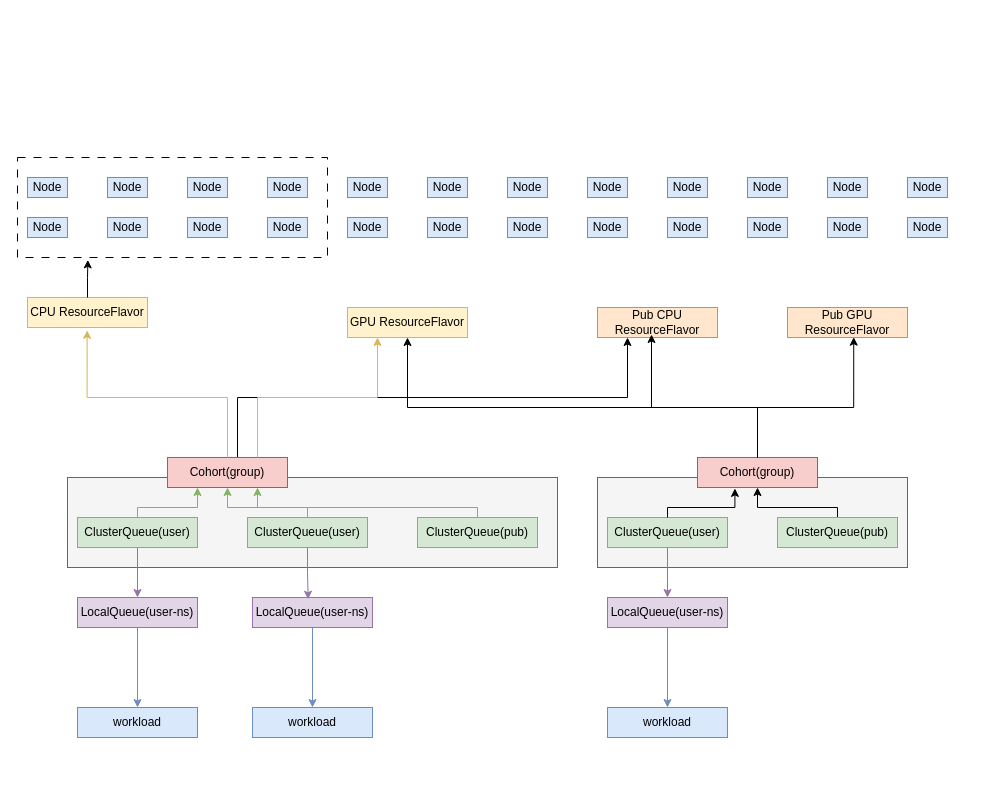
The draw.io diagram zs/kueue.drawio in arlottang/tdh_bit, before the edit. Source tidied: cells renumbered, new cells numbered last; positions are measured from the earlier drawing's top-left corner, leaving out a move shared by most shapes. Both pictures are drawn from the tidied source at 100%, with x=0, y=0 at pixel (17, 157).
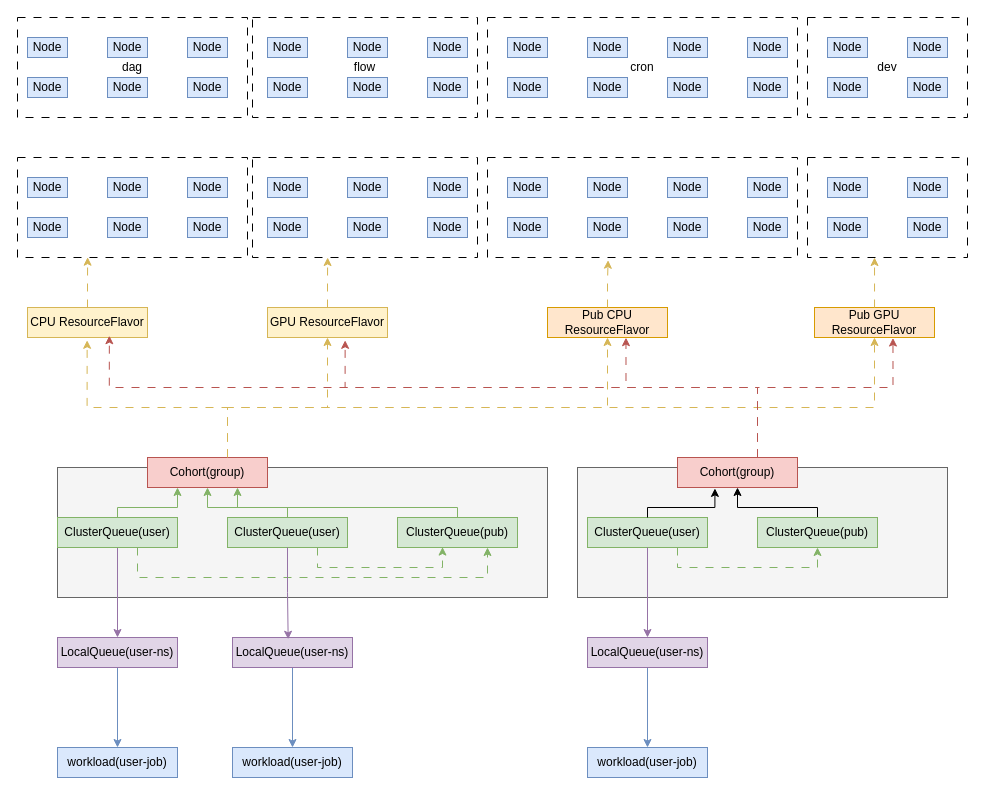
Above is the later version.

What changed in the source:
```diff
@@
+    <mxCell id="64" style="rounded=0;whiteSpace=wrap;html=1;dashed=1;dashPattern=8 8;" parent="1" vertex="1">
+      <mxGeometry x="790" width="160" height="100" as="geometry" />
+    </mxCell>
+    <mxCell id="65" style="rounded=0;whiteSpace=wrap;html=1;dashed=1;dashPattern=8 8;" parent="1" vertex="1">
+      <mxGeometry x="470" width="310" height="100" as="geometry" />
+    </mxCell>
+    <mxCell id="66" style="rounded=0;whiteSpace=wrap;html=1;dashed=1;dashPattern=8 8;" parent="1" vertex="1">
+      <mxGeometry x="235" width="225" height="100" as="geometry" />
+    </mxCell>
     <mxCell id="2" style="rounded=0;whiteSpace=wrap;html=1;dashed=1;dashPattern=8 8;" parent="1" vertex="1">
-      <mxGeometry width="310" height="100" as="geometry" />
+      <mxGeometry width="230" height="100" as="geometry" />
     </mxCell>
     <mxCell id="3" style="rounded=0;whiteSpace=wrap;html=1;fillColor=#f5f5f5;strokeColor=#666666;fontColor=#333333;" parent="1" vertex="1">
-      <mxGeometry x="50" y="320" width="490" height="90" as="geometry" />
+      <mxGeometry x="40" y="310" width="490" height="130" as="geometry" />
     </mxCell>
+    <mxCell id="9" style="edgeStyle=orthogonalEdgeStyle;rounded=0;jettySize=auto;html=1;entryX=0.5;entryY=1;entryDx=0;entryDy=0;fillColor=#fff2cc;strokeColor=#d6b656;dashed=1;dashPattern=8 8;" parent="1" edge="1" source="5" target="18">
+      <mxGeometry relative="1" as="geometry">
+        <Array as="points">
+          <mxPoint x="210" y="250" />
+          <mxPoint x="310" y="250" />
+        </Array>
+      </mxGeometry>
+    </mxCell>
-    <mxCell id="4" style="edgeStyle=orthogonalEdgeStyle;rounded=0;jettySize=auto;html=1;entryX=0.25;entryY=1;entryDx=0;entryDy=0;" parent="1" edge="1" source="5" target="60">
+    <mxCell id="4" style="edgeStyle=orthogonalEdgeStyle;rounded=0;jettySize=auto;html=1;entryX=0.5;entryY=1;entryDx=0;entryDy=0;fillColor=#fff2cc;strokeColor=#d6b656;dashed=1;dashPattern=8 8;" parent="1" edge="1" source="5" target="60">
       <mxGeometry relative="1" as="geometry">
         <Array as="points">
-          <mxPoint x="220" y="240" />
-          <mxPoint x="610" y="240" />
+          <mxPoint x="210" y="250" />
+          <mxPoint x="590" y="250" />
         </Array>
       </mxGeometry>
     </mxCell>
+    <mxCell id="67" style="edgeStyle=orthogonalEdgeStyle;rounded=0;jettySize=auto;html=1;entryX=0.5;entryY=1;entryDx=0;entryDy=0;fillColor=#fff2cc;strokeColor=#d6b656;dashed=1;dashPattern=8 8;" parent="1" edge="1" source="5" target="61">
+      <mxGeometry relative="1" as="geometry">
+        <Array as="points">
+          <mxPoint x="210" y="250" />
+          <mxPoint x="857" y="250" />
+        </Array>
+      </mxGeometry>
+    </mxCell>
     <mxCell id="5" value="Cohort(group)" style="rounded=0;whiteSpace=wrap;html=1;fillColor=#f8cecc;strokeColor=#b85450;" parent="1" vertex="1">
-      <mxGeometry x="150" y="300" width="120" height="30" as="geometry" />
+      <mxGeometry x="130" y="300" width="120" height="30" as="geometry" />
     </mxCell>
@@
     <mxCell id="7" style="edgeStyle=orthogonalEdgeStyle;rounded=0;jettySize=auto;html=1;entryX=0.25;entryY=1;entryDx=0;entryDy=0;fillColor=#d5e8d4;strokeColor=#82b366;" parent="1" edge="1" source="8" target="5">
       <mxGeometry relative="1" as="geometry">
         <Array as="points">
-          <mxPoint x="120" y="350" />
-          <mxPoint x="180" y="350" />
+          <mxPoint x="100" y="350" />
+          <mxPoint x="160" y="350" />
         </Array>
       </mxGeometry>
     </mxCell>
+    <mxCell id="68" style="edgeStyle=orthogonalEdgeStyle;rounded=0;jettySize=auto;html=1;entryX=0.75;entryY=1;entryDx=0;entryDy=0;fillColor=#d5e8d4;strokeColor=#82b366;dashed=1;dashPattern=8 8;" parent="1" edge="1" source="8" target="14">
+      <mxGeometry relative="1" as="geometry">
+        <Array as="points">
+          <mxPoint x="120" y="420" />
+          <mxPoint x="470" y="420" />
+        </Array>
+      </mxGeometry>
+    </mxCell>
     <mxCell id="8" value="ClusterQueue(user)" style="rounded=0;whiteSpace=wrap;html=1;fillColor=#d5e8d4;strokeColor=#82b366;" parent="1" vertex="1">
-      <mxGeometry x="60" y="360" width="120" height="30" as="geometry" />
+      <mxGeometry x="40" y="360" width="120" height="30" as="geometry" />
     </mxCell>
-    <mxCell id="9" style="edgeStyle=orthogonalEdgeStyle;rounded=0;jettySize=auto;html=1;entryX=0.25;entryY=1;entryDx=0;entryDy=0;fillColor=#fff2cc;strokeColor=#d6b656;exitX=0.75;exitY=0;exitDx=0;exitDy=0;" parent="1" edge="1" source="5" target="18">
-      <mxGeometry relative="1" as="geometry">
-        <Array as="points">
-          <mxPoint x="240" y="240" />
-          <mxPoint x="360" y="240" />
-        </Array>
-      </mxGeometry>
-    </mxCell>
     <mxCell id="10" style="edgeStyle=orthogonalEdgeStyle;rounded=0;jettySize=auto;html=1;fillColor=#d5e8d4;strokeColor=#82b366;" parent="1" edge="1" source="11" target="5">
       <mxGeometry relative="1" as="geometry">
         <Array as="points">
-          <mxPoint x="290" y="350" />
-          <mxPoint x="210" y="350" />
+          <mxPoint x="270" y="350" />
+          <mxPoint x="190" y="350" />
         </Array>
       </mxGeometry>
     </mxCell>
     <mxCell id="11" value="ClusterQueue(user)" style="rounded=0;whiteSpace=wrap;html=1;fillColor=#d5e8d4;strokeColor=#82b366;" parent="1" vertex="1">
-      <mxGeometry x="230" y="360" width="120" height="30" as="geometry" />
+      <mxGeometry x="210" y="360" width="120" height="30" as="geometry" />
     </mxCell>
     <mxCell id="12" value="CPU ResourceFlavor" style="rounded=0;whiteSpace=wrap;html=1;fillColor=#fff2cc;strokeColor=#d6b656;" parent="1" vertex="1">
-      <mxGeometry x="10" y="140" width="120" height="30" as="geometry" />
+      <mxGeometry x="10" y="150" width="120" height="30" as="geometry" />
     </mxCell>
     <mxCell id="13" style="edgeStyle=orthogonalEdgeStyle;rounded=0;jettySize=auto;html=1;entryX=0.75;entryY=1;entryDx=0;entryDy=0;fillColor=#d5e8d4;strokeColor=#82b366;" parent="1" edge="1" source="14" target="5">
       <mxGeometry relative="1" as="geometry">
         <Array as="points">
-          <mxPoint x="460" y="350" />
-          <mxPoint x="240" y="350" />
+          <mxPoint x="440" y="350" />
+          <mxPoint x="220" y="350" />
         </Array>
       </mxGeometry>
     </mxCell>
     <mxCell id="14" value="ClusterQueue(pub)" style="rounded=0;whiteSpace=wrap;html=1;fillColor=#d5e8d4;strokeColor=#82b366;" parent="1" vertex="1">
-      <mxGeometry x="400" y="360" width="120" height="30" as="geometry" />
+      <mxGeometry x="380" y="360" width="120" height="30" as="geometry" />
     </mxCell>
@@
     <mxCell id="16" value="LocalQueue(user-ns)" style="rounded=0;whiteSpace=wrap;html=1;fillColor=#e1d5e7;strokeColor=#9673a6;" parent="1" vertex="1">
-      <mxGeometry x="60" y="440" width="120" height="30" as="geometry" />
+      <mxGeometry x="40" y="480" width="120" height="30" as="geometry" />
     </mxCell>
@@
     <mxCell id="18" value="GPU ResourceFlavor" style="rounded=0;whiteSpace=wrap;html=1;fillColor=#fff2cc;strokeColor=#d6b656;" parent="1" vertex="1">
-      <mxGeometry x="330" y="150" width="120" height="30" as="geometry" />
+      <mxGeometry x="250" y="150" width="120" height="30" as="geometry" />
     </mxCell>
     <mxCell id="19" style="rounded=0;whiteSpace=wrap;html=1;fillColor=#f5f5f5;strokeColor=#666666;fontColor=#333333;" parent="1" vertex="1">
-      <mxGeometry x="580" y="320" width="310" height="90" as="geometry" />
+      <mxGeometry x="560" y="310" width="370" height="130" as="geometry" />
     </mxCell>
-    <mxCell id="20" style="edgeStyle=orthogonalEdgeStyle;rounded=0;jettySize=auto;html=1;entryX=0.5;entryY=1;entryDx=0;entryDy=0;" parent="1" edge="1" source="21" target="18">
-      <mxGeometry relative="1" as="geometry">
-        <Array as="points">
-          <mxPoint x="740" y="250" />
-          <mxPoint x="390" y="250" />
-        </Array>
-      </mxGeometry>
-    </mxCell>
     <mxCell id="21" value="Cohort(group)" style="rounded=0;whiteSpace=wrap;html=1;fillColor=#f8cecc;strokeColor=#b85450;" parent="1" vertex="1">
-      <mxGeometry x="680" y="300" width="120" height="30" as="geometry" />
+      <mxGeometry x="660" y="300" width="120" height="30" as="geometry" />
     </mxCell>
+    <mxCell id="69" style="edgeStyle=orthogonalEdgeStyle;rounded=0;jettySize=auto;html=1;entryX=0.5;entryY=1;entryDx=0;entryDy=0;exitX=0.75;exitY=1;exitDx=0;exitDy=0;dashed=1;dashPattern=8 8;fillColor=#d5e8d4;strokeColor=#82b366;" parent="1" edge="1" source="22" target="24">
+      <mxGeometry relative="1" as="geometry" />
+    </mxCell>
     <mxCell id="22" value="ClusterQueue(user)" style="rounded=0;whiteSpace=wrap;html=1;fillColor=#d5e8d4;strokeColor=#82b366;" parent="1" vertex="1">
-      <mxGeometry x="590" y="360" width="120" height="30" as="geometry" />
+      <mxGeometry x="570" y="360" width="120" height="30" as="geometry" />
     </mxCell>
     <mxCell id="23" style="edgeStyle=orthogonalEdgeStyle;rounded=0;jettySize=auto;html=1;" parent="1" edge="1" source="24" target="21">
       <mxGeometry relative="1" as="geometry">
         <Array as="points">
-          <mxPoint x="820" y="350" />
-          <mxPoint x="740" y="350" />
+          <mxPoint x="800" y="350" />
+          <mxPoint x="720" y="350" />
         </Array>
       </mxGeometry>
     </mxCell>
     <mxCell id="24" value="ClusterQueue(pub)" style="rounded=0;whiteSpace=wrap;html=1;fillColor=#d5e8d4;strokeColor=#82b366;" parent="1" vertex="1">
-      <mxGeometry x="760" y="360" width="120" height="30" as="geometry" />
+      <mxGeometry x="740" y="360" width="120" height="30" as="geometry" />
     </mxCell>
@@
     <mxCell id="26" value="LocalQueue(user-ns)" style="rounded=0;whiteSpace=wrap;html=1;fillColor=#e1d5e7;strokeColor=#9673a6;" parent="1" vertex="1">
-      <mxGeometry x="235" y="440" width="120" height="30" as="geometry" />
+      <mxGeometry x="215" y="480" width="120" height="30" as="geometry" />
     </mxCell>
@@
     <mxCell id="29" value="LocalQueue(user-ns)" style="rounded=0;whiteSpace=wrap;html=1;fillColor=#e1d5e7;strokeColor=#9673a6;" parent="1" vertex="1">
-      <mxGeometry x="590" y="440" width="120" height="30" as="geometry" />
+      <mxGeometry x="570" y="480" width="120" height="30" as="geometry" />
     </mxCell>
@@
-    <mxCell id="31" value="workload" style="rounded=0;whiteSpace=wrap;html=1;fillColor=#dae8fc;strokeColor=#6c8ebf;" parent="1" vertex="1">
-      <mxGeometry x="60" y="550" width="120" height="30" as="geometry" />
+    <mxCell id="31" value="workload(user-job)" style="rounded=0;whiteSpace=wrap;html=1;fillColor=#dae8fc;strokeColor=#6c8ebf;" parent="1" vertex="1">
+      <mxGeometry x="40" y="590" width="120" height="30" as="geometry" />
     </mxCell>
-    <mxCell id="32" value="workload" style="rounded=0;whiteSpace=wrap;html=1;fillColor=#dae8fc;strokeColor=#6c8ebf;" parent="1" vertex="1">
-      <mxGeometry x="235" y="550" width="120" height="30" as="geometry" />
+    <mxCell id="32" value="workload(user-job)" style="rounded=0;whiteSpace=wrap;html=1;fillColor=#dae8fc;strokeColor=#6c8ebf;" parent="1" vertex="1">
+      <mxGeometry x="215" y="590" width="120" height="30" as="geometry" />
     </mxCell>
-    <mxCell id="33" value="workload" style="rounded=0;whiteSpace=wrap;html=1;fillColor=#dae8fc;strokeColor=#6c8ebf;" parent="1" vertex="1">
-      <mxGeometry x="590" y="550" width="120" height="30" as="geometry" />
+    <mxCell id="33" value="workload(user-job)" style="rounded=0;whiteSpace=wrap;html=1;fillColor=#dae8fc;strokeColor=#6c8ebf;" parent="1" vertex="1">
+      <mxGeometry x="570" y="590" width="120" height="30" as="geometry" />
     </mxCell>
-    <mxCell id="34" style="edgeStyle=orthogonalEdgeStyle;rounded=0;jettySize=auto;html=1;entryX=0.497;entryY=1.093;entryDx=0;entryDy=0;entryPerimeter=0;fillColor=#fff2cc;strokeColor=#d6b656;" parent="1" edge="1" source="5" target="12">
+    <mxCell id="34" style="edgeStyle=orthogonalEdgeStyle;rounded=0;jettySize=auto;html=1;entryX=0.497;entryY=1.093;entryDx=0;entryDy=0;entryPerimeter=0;fillColor=#fff2cc;strokeColor=#d6b656;dashed=1;dashPattern=8 8;" parent="1" edge="1" source="5" target="12">
       <mxGeometry relative="1" as="geometry">
         <Array as="points">
-          <mxPoint x="210" y="240" />
-          <mxPoint x="70" y="240" />
+          <mxPoint x="210" y="250" />
+          <mxPoint x="70" y="250" />
         </Array>
       </mxGeometry>
     </mxCell>
     <mxCell id="35" style="edgeStyle=orthogonalEdgeStyle;rounded=0;jettySize=auto;html=1;entryX=0.312;entryY=1.03;entryDx=0;entryDy=0;entryPerimeter=0;" parent="1" edge="1" source="22" target="21">
       <mxGeometry relative="1" as="geometry">
         <Array as="points">
-          <mxPoint x="650" y="350" />
-          <mxPoint x="717" y="350" />
+          <mxPoint x="630" y="350" />
+          <mxPoint x="697" y="350" />
         </Array>
       </mxGeometry>
     </mxCell>
@@
-    <mxCell id="59" style="edgeStyle=orthogonalEdgeStyle;rounded=0;jettySize=auto;html=1;entryX=0.227;entryY=1.024;entryDx=0;entryDy=0;entryPerimeter=0;" parent="1" edge="1" source="12" target="2">
-      <mxGeometry relative="1" as="geometry" />
-    </mxCell>
     <mxCell id="60" value="Pub CPU ResourceFlavor" style="rounded=0;whiteSpace=wrap;html=1;fillColor=#ffe6cc;strokeColor=#d79b00;" parent="1" vertex="1">
-      <mxGeometry x="580" y="150" width="120" height="30" as="geometry" />
+      <mxGeometry x="530" y="150" width="120" height="30" as="geometry" />
     </mxCell>
     <mxCell id="61" value="Pub GPU ResourceFlavor" style="rounded=0;whiteSpace=wrap;html=1;fillColor=#ffe6cc;strokeColor=#d79b00;" parent="1" vertex="1">
-      <mxGeometry x="770" y="150" width="120" height="30" as="geometry" />
+      <mxGeometry x="797" y="150" width="120" height="30" as="geometry" />
     </mxCell>
+    <mxCell id="59" style="edgeStyle=orthogonalEdgeStyle;rounded=0;jettySize=auto;html=1;entryX=0.305;entryY=0.997;entryDx=0;entryDy=0;entryPerimeter=0;dashed=1;dashPattern=8 8;fillColor=#fff2cc;strokeColor=#d6b656;" parent="1" edge="1" source="12" target="2">
+      <mxGeometry relative="1" as="geometry" />
+    </mxCell>
+    <mxCell id="70" style="edgeStyle=orthogonalEdgeStyle;rounded=0;jettySize=auto;html=1;entryX=0.334;entryY=1;entryDx=0;entryDy=0;entryPerimeter=0;dashed=1;dashPattern=8 8;fillColor=#fff2cc;strokeColor=#d6b656;" parent="1" edge="1" source="18" target="66">
+      <mxGeometry relative="1" as="geometry" />
+    </mxCell>
+    <mxCell id="71" style="edgeStyle=orthogonalEdgeStyle;rounded=0;jettySize=auto;html=1;entryX=0.389;entryY=1.027;entryDx=0;entryDy=0;entryPerimeter=0;dashed=1;dashPattern=8 8;fillColor=#fff2cc;strokeColor=#d6b656;" parent="1" edge="1" source="60" target="65">
+      <mxGeometry relative="1" as="geometry" />
+    </mxCell>
+    <mxCell id="72" style="edgeStyle=orthogonalEdgeStyle;rounded=0;jettySize=auto;html=1;entryX=0.419;entryY=1;entryDx=0;entryDy=0;entryPerimeter=0;dashed=1;dashPattern=8 8;fillColor=#fff2cc;strokeColor=#d6b656;" parent="1" edge="1" source="61" target="64">
+      <mxGeometry relative="1" as="geometry" />
+    </mxCell>
+    <mxCell id="73" style="edgeStyle=orthogonalEdgeStyle;rounded=0;jettySize=auto;html=1;entryX=0.682;entryY=0.941;entryDx=0;entryDy=0;entryPerimeter=0;fillColor=#f8cecc;strokeColor=#b85450;dashed=1;dashPattern=8 8;" parent="1" edge="1" source="21" target="12">
+      <mxGeometry relative="1" as="geometry">
+        <Array as="points">
+          <mxPoint x="740" y="230" />
+          <mxPoint x="92" y="230" />
+        </Array>
+      </mxGeometry>
+    </mxCell>
+    <mxCell id="20" style="edgeStyle=orthogonalEdgeStyle;rounded=0;jettySize=auto;html=1;entryX=0.647;entryY=1.094;entryDx=0;entryDy=0;entryPerimeter=0;fillColor=#f8cecc;strokeColor=#b85450;dashed=1;dashPattern=8 8;" parent="1" edge="1" source="21" target="18">
+      <mxGeometry relative="1" as="geometry">
+        <Array as="points">
+          <mxPoint x="740" y="230" />
+          <mxPoint x="328" y="230" />
+        </Array>
+      </mxGeometry>
+    </mxCell>
-    <mxCell id="62" style="edgeStyle=orthogonalEdgeStyle;rounded=0;jettySize=auto;html=1;entryX=0.45;entryY=0.9;entryDx=0;entryDy=0;entryPerimeter=0;" parent="1" edge="1" source="21" target="60">
+    <mxCell id="62" style="edgeStyle=orthogonalEdgeStyle;rounded=0;jettySize=auto;html=1;entryX=0.654;entryY=1.005;entryDx=0;entryDy=0;entryPerimeter=0;fillColor=#f8cecc;strokeColor=#b85450;dashed=1;dashPattern=8 8;" parent="1" edge="1" source="21" target="60">
       <mxGeometry relative="1" as="geometry">
         <Array as="points">
-          <mxPoint x="740" y="250" />
-          <mxPoint x="634" y="250" />
+          <mxPoint x="740" y="230" />
+          <mxPoint x="608" y="230" />
         </Array>
       </mxGeometry>
     </mxCell>
-    <mxCell id="63" style="edgeStyle=orthogonalEdgeStyle;rounded=0;jettySize=auto;html=1;entryX=0.552;entryY=0.989;entryDx=0;entryDy=0;entryPerimeter=0;" parent="1" edge="1" source="21" target="61">
+    <mxCell id="63" style="edgeStyle=orthogonalEdgeStyle;rounded=0;jettySize=auto;html=1;entryX=0.654;entryY=1.017;entryDx=0;entryDy=0;entryPerimeter=0;fillColor=#f8cecc;strokeColor=#b85450;dashed=1;dashPattern=8 8;" parent="1" edge="1" source="21" target="61">
       <mxGeometry relative="1" as="geometry">
         <Array as="points">
-          <mxPoint x="740" y="250" />
-          <mxPoint x="836" y="250" />
+          <mxPoint x="740" y="230" />
+          <mxPoint x="876" y="230" />
         </Array>
       </mxGeometry>
     </mxCell>
+    <mxCell id="74" style="edgeStyle=orthogonalEdgeStyle;rounded=0;jettySize=auto;html=1;entryX=0.375;entryY=0.986;entryDx=0;entryDy=0;entryPerimeter=0;exitX=0.75;exitY=1;exitDx=0;exitDy=0;fillColor=#d5e8d4;strokeColor=#82b366;dashed=1;dashPattern=8 8;" parent="1" edge="1" source="11" target="14">
+      <mxGeometry relative="1" as="geometry" />
+    </mxCell>
+    <mxCell id="75" value="dev" style="rounded=0;whiteSpace=wrap;html=1;dashed=1;dashPattern=8 8;" parent="1" vertex="1">
+      <mxGeometry x="790" y="-140" width="160" height="100" as="geometry" />
+    </mxCell>
+    <mxCell id="76" value="Node" style="rounded=0;whiteSpace=wrap;html=1;fillColor=#dae8fc;strokeColor=#6c8ebf;" parent="1" vertex="1">
+      <mxGeometry x="810" y="-120" width="40" height="20" as="geometry" />
+    </mxCell>
+    <mxCell id="77" value="Node" style="rounded=0;whiteSpace=wrap;html=1;fillColor=#dae8fc;strokeColor=#6c8ebf;" parent="1" vertex="1">
+      <mxGeometry x="810" y="-80" width="40" height="20" as="geometry" />
+    </mxCell>
+    <mxCell id="78" value="Node" style="rounded=0;whiteSpace=wrap;html=1;fillColor=#dae8fc;strokeColor=#6c8ebf;" parent="1" vertex="1">
+      <mxGeometry x="890" y="-80" width="40" height="20" as="geometry" />
+    </mxCell>
+    <mxCell id="79" value="Node" style="rounded=0;whiteSpace=wrap;html=1;fillColor=#dae8fc;strokeColor=#6c8ebf;" parent="1" vertex="1">
+      <mxGeometry x="890" y="-120" width="40" height="20" as="geometry" />
+    </mxCell>
+    <mxCell id="80" value="cron" style="rounded=0;whiteSpace=wrap;html=1;dashed=1;dashPattern=8 8;" parent="1" vertex="1">
+      <mxGeometry x="470" y="-140" width="310" height="100" as="geometry" />
+    </mxCell>
+    <mxCell id="81" value="Node" style="rounded=0;whiteSpace=wrap;html=1;fillColor=#dae8fc;strokeColor=#6c8ebf;" parent="1" vertex="1">
+      <mxGeometry x="490" y="-120" width="40" height="20" as="geometry" />
+    </mxCell>
+    <mxCell id="82" value="Node" style="rounded=0;whiteSpace=wrap;html=1;fillColor=#dae8fc;strokeColor=#6c8ebf;" parent="1" vertex="1">
+      <mxGeometry x="490" y="-80" width="40" height="20" as="geometry" />
+    </mxCell>
+    <mxCell id="83" value="Node" style="rounded=0;whiteSpace=wrap;html=1;fillColor=#dae8fc;strokeColor=#6c8ebf;" parent="1" vertex="1">
+      <mxGeometry x="570" y="-80" width="40" height="20" as="geometry" />
+    </mxCell>
+    <mxCell id="84" value="Node" style="rounded=0;whiteSpace=wrap;html=1;fillColor=#dae8fc;strokeColor=#6c8ebf;" parent="1" vertex="1">
+      <mxGeometry x="570" y="-120" width="40" height="20" as="geometry" />
+    </mxCell>
+    <mxCell id="85" value="Node" style="rounded=0;whiteSpace=wrap;html=1;fillColor=#dae8fc;strokeColor=#6c8ebf;" parent="1" vertex="1">
+      <mxGeometry x="650" y="-120" width="40" height="20" as="geometry" />
+    </mxCell>
+    <mxCell id="86" value="Node" style="rounded=0;whiteSpace=wrap;html=1;fillColor=#dae8fc;strokeColor=#6c8ebf;" parent="1" vertex="1">
+      <mxGeometry x="650" y="-80" width="40" height="20" as="geometry" />
+    </mxCell>
+    <mxCell id="87" value="Node" style="rounded=0;whiteSpace=wrap;html=1;fillColor=#dae8fc;strokeColor=#6c8ebf;" parent="1" vertex="1">
+      <mxGeometry x="730" y="-80" width="40" height="20" as="geometry" />
+    </mxCell>
+    <mxCell id="88" value="Node" style="rounded=0;whiteSpace=wrap;html=1;fillColor=#dae8fc;strokeColor=#6c8ebf;" parent="1" vertex="1">
+      <mxGeometry x="730" y="-120" width="40" height="20" as="geometry" />
+    </mxCell>
+    <mxCell id="89" value="flow" style="rounded=0;whiteSpace=wrap;html=1;dashed=1;dashPattern=8 8;" parent="1" vertex="1">
+      <mxGeometry x="235" y="-140" width="225" height="100" as="geometry" />
+    </mxCell>
+    <mxCell id="90" value="dag" style="rounded=0;whiteSpace=wrap;html=1;dashed=1;dashPattern=8 8;" parent="1" vertex="1">
+      <mxGeometry y="-140" width="230" height="100" as="geometry" />
+    </mxCell>
+    <mxCell id="91" value="Node" style="rounded=0;whiteSpace=wrap;html=1;fillColor=#dae8fc;strokeColor=#6c8ebf;" parent="1" vertex="1">
+      <mxGeometry x="10" y="-120" width="40" height="20" as="geometry" />
+    </mxCell>
+    <mxCell id="92" value="Node" style="rounded=0;whiteSpace=wrap;html=1;fillColor=#dae8fc;strokeColor=#6c8ebf;" parent="1" vertex="1">
+      <mxGeometry x="10" y="-80" width="40" height="20" as="geometry" />
+    </mxCell>
+    <mxCell id="93" value="Node" style="rounded=0;whiteSpace=wrap;html=1;fillColor=#dae8fc;strokeColor=#6c8ebf;" parent="1" vertex="1">
+      <mxGeometry x="90" y="-80" width="40" height="20" as="geometry" />
+    </mxCell>
+    <mxCell id="94" value="Node" style="rounded=0;whiteSpace=wrap;html=1;fillColor=#dae8fc;strokeColor=#6c8ebf;" parent="1" vertex="1">
+      <mxGeometry x="90" y="-120" width="40" height="20" as="geometry" />
+    </mxCell>
+    <mxCell id="95" value="Node" style="rounded=0;whiteSpace=wrap;html=1;fillColor=#dae8fc;strokeColor=#6c8ebf;" parent="1" vertex="1">
+      <mxGeometry x="170" y="-120" width="40" height="20" as="geometry" />
+    </mxCell>
+    <mxCell id="96" value="Node" style="rounded=0;whiteSpace=wrap;html=1;fillColor=#dae8fc;strokeColor=#6c8ebf;" parent="1" vertex="1">
+      <mxGeometry x="170" y="-80" width="40" height="20" as="geometry" />
+    </mxCell>
+    <mxCell id="97" value="Node" style="rounded=0;whiteSpace=wrap;html=1;fillColor=#dae8fc;strokeColor=#6c8ebf;" parent="1" vertex="1">
+      <mxGeometry x="250" y="-80" width="40" height="20" as="geometry" />
+    </mxCell>
+    <mxCell id="98" value="Node" style="rounded=0;whiteSpace=wrap;html=1;fillColor=#dae8fc;strokeColor=#6c8ebf;" parent="1" vertex="1">
+      <mxGeometry x="250" y="-120" width="40" height="20" as="geometry" />
+    </mxCell>
+    <mxCell id="99" value="Node" style="rounded=0;whiteSpace=wrap;html=1;fillColor=#dae8fc;strokeColor=#6c8ebf;" parent="1" vertex="1">
+      <mxGeometry x="330" y="-120" width="40" height="20" as="geometry" />
+    </mxCell>
+    <mxCell id="100" value="Node" style="rounded=0;whiteSpace=wrap;html=1;fillColor=#dae8fc;strokeColor=#6c8ebf;" parent="1" vertex="1">
+      <mxGeometry x="330" y="-80" width="40" height="20" as="geometry" />
+    </mxCell>
+    <mxCell id="101" value="Node" style="rounded=0;whiteSpace=wrap;html=1;fillColor=#dae8fc;strokeColor=#6c8ebf;" parent="1" vertex="1">
+      <mxGeometry x="410" y="-80" width="40" height="20" as="geometry" />
+    </mxCell>
+    <mxCell id="102" value="Node" style="rounded=0;whiteSpace=wrap;html=1;fillColor=#dae8fc;strokeColor=#6c8ebf;" parent="1" vertex="1">
+      <mxGeometry x="410" y="-120" width="40" height="20" as="geometry" />
+    </mxCell>
```
